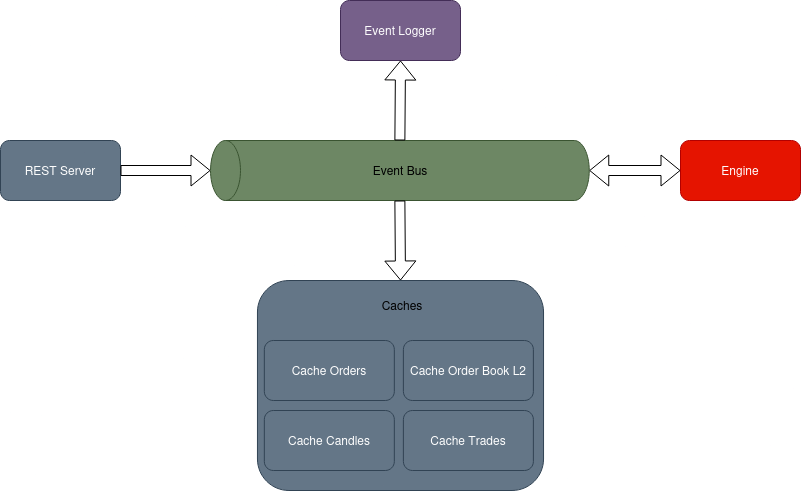
Earlier version of the draw.io export architecture/SimpleMatchingEngine.png (petarfilipov12/SimpleDigitalExchange). Source tidied: cells renumbered, new cells last; positions are measured from the earlier drawing's top-left corner, leaving out a move shared by most shapes.
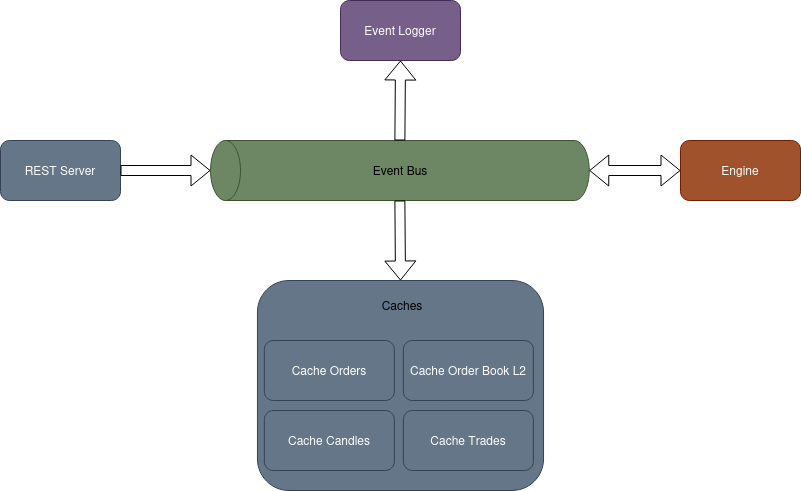
Above is the later version.

Commit message:
Changed color of Engine

Change to the diagram source:
```diff
@@ -8,7 +8,7 @@
     <mxCell id="3" value="Event Bus" style="text;html=1;align=center;verticalAlign=middle;whiteSpace=wrap;rounded=0;" parent="1" vertex="1">
       <mxGeometry x="370" y="174" width="60" height="30" as="geometry" />
     </mxCell>
-    <mxCell id="4" value="Engine" style="rounded=1;whiteSpace=wrap;html=1;fillColor=#e51400;fontColor=#ffffff;strokeColor=#B20000;" parent="1" vertex="1">
+    <mxCell id="4" value="Engine" style="rounded=1;whiteSpace=wrap;html=1;fillColor=#a0522d;fontColor=#ffffff;strokeColor=#6D1F00;" parent="1" vertex="1">
       <mxGeometry x="680" y="159" width="120" height="60" as="geometry" />
     </mxCell>
     <mxCell id="5" value="Event Logger" style="rounded=1;whiteSpace=wrap;html=1;fillColor=#76608a;fontColor=#ffffff;strokeColor=#432D57;" parent="1" vertex="1">
@@ -44,7 +44,7 @@
     <mxCell id="15" value="Cache Trades" style="rounded=1;whiteSpace=wrap;html=1;fillColor=#647687;fontColor=#ffffff;strokeColor=#314354;" parent="1" vertex="1">
       <mxGeometry x="402.9" y="429" width="130" height="60" as="geometry" />
     </mxCell>
-    <mxCell id="16" value="Cache Orders" style="rounded=1;whiteSpace=wrap;html=1;fillColor=#647687;fontColor=#ffffff;strokeColor=#314354;" parent="1" vertex="1">
+    <mxCell id="16" value="Cache Orders" style="rounded=1;whiteSpace=wrap;html=1;fillColor=#647687;strokeColor=#314354;fontColor=#ffffff;" parent="1" vertex="1">
       <mxGeometry x="263.8" y="359" width="130" height="60" as="geometry" />
     </mxCell>
   </root>
```
